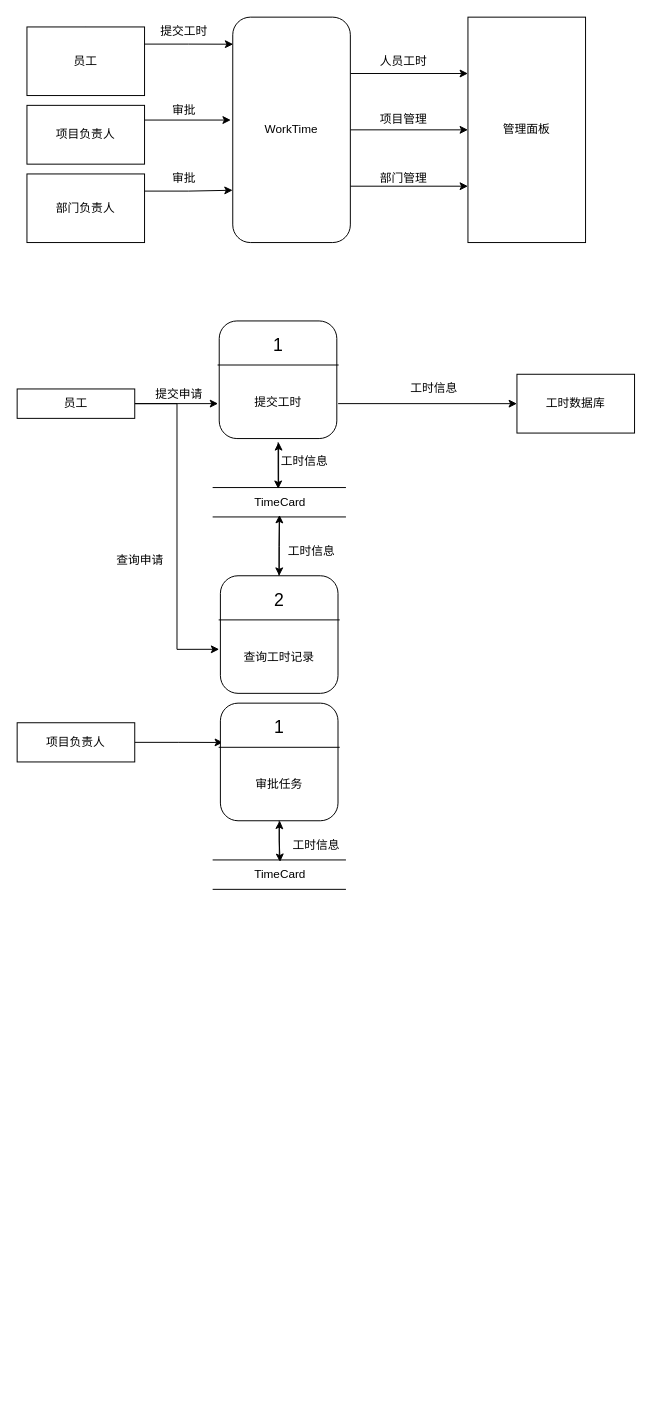
Earlier version of the draw.io diagram WorkTime/WorkTime.drawio (Alive0103/chart). Source tidied: cells renumbered, new cells numbered last; positions are measured from the earlier drawing's top-left corner, leaving out a move shared by most shapes. Both pictures are drawn from the tidied source at 98%, with x=0, y=0 at pixel (17, 17).
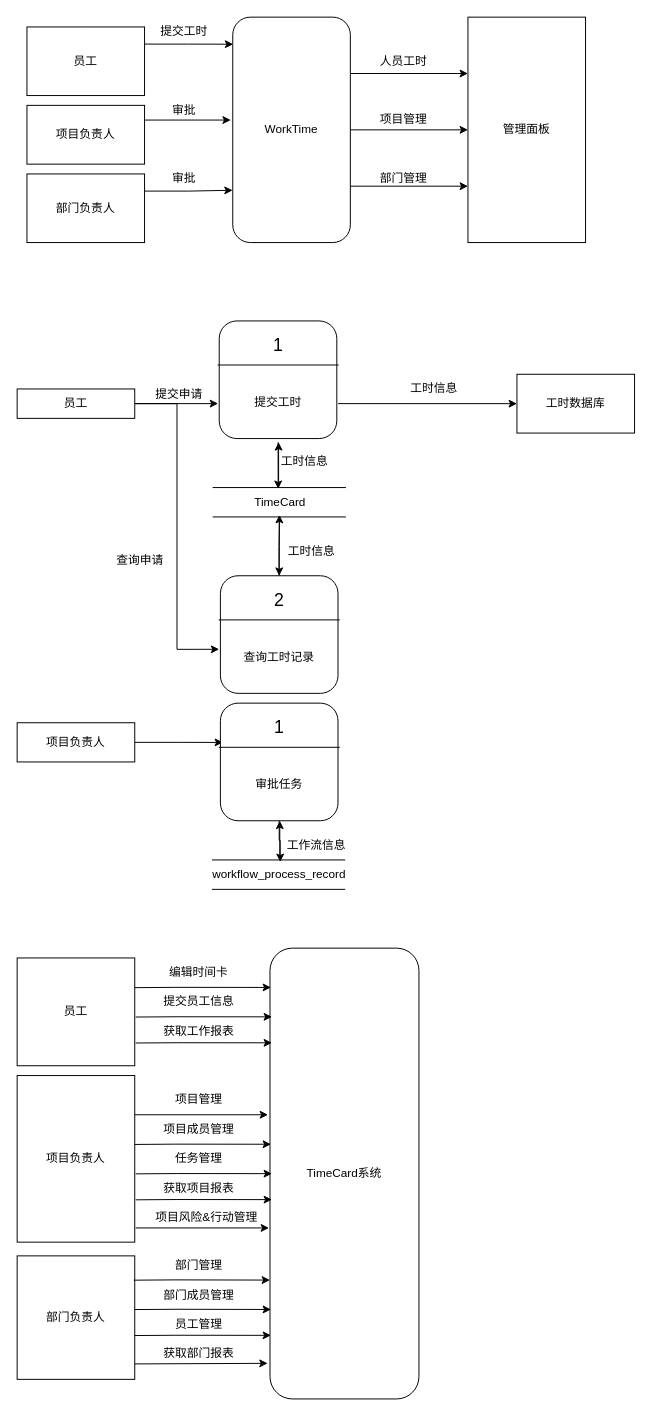
Above is the later version.

Unchanged cells that the change refers to:
```xml
<mxCell id="50" style="rounded=1;whiteSpace=wrap;html=1;" parent="49" vertex="1">
  <mxGeometry x="1.2" width="120" height="120" as="geometry" />
</mxCell>
```

Diff of the diagram source:
```diff
@@
     <mxCell id="49" style="group;" parent="1" vertex="1">
-      <mxGeometry x="206.2" y="700" width="133.8" height="165" as="geometry" />
+      <mxGeometry x="206.2" y="700" width="140.6" height="190" as="geometry" />
     </mxCell>
@@
-    <mxCell id="54" value="工时信息" style="text;html=1;align=center;verticalAlign=middle;strokeColor=none;fillColor=none;" parent="49" vertex="1">
-      <mxGeometry x="63.8" y="130" width="70" height="30" as="geometry" />
+    <mxCell id="54" value="工作流信息" style="text;html=1;align=center;verticalAlign=middle;strokeColor=none;fillColor=none;" parent="49" vertex="1">
+      <mxGeometry x="58.8" y="130" width="80" height="30" as="geometry" />
     </mxCell>
-    <mxCell id="55" style="group;" parent="1" vertex="1">
-      <mxGeometry x="200" y="860" width="135" height="30" as="geometry" />
+    <mxCell id="55" style="group;" parent="49" vertex="1">
+      <mxGeometry x="-6.9" y="160" width="147.5" height="30" as="geometry" />
     </mxCell>
@@
-    <mxCell id="57" value="TimeCard" style="text;html=1;align=center;verticalAlign=middle;points=[];strokeColor=none;fillColor=none;" parent="55" vertex="1">
-      <mxGeometry x="27.5" width="80" height="30" as="geometry" />
+    <mxCell id="57" value="workflow_process_record" style="text;html=1;align=center;verticalAlign=middle;points=[];strokeColor=none;fillColor=none;" parent="55" vertex="1">
+      <mxGeometry x="-12.5" width="160" height="30" as="geometry" />
     </mxCell>
+    <mxCell id="59" style="edgeStyle=orthogonalEdgeStyle;rounded=0;jettySize=auto;html=1;entryX=0.51;entryY=0.067;entryDx=0;entryDy=0;entryPerimeter=0;" parent="49" edge="1" source="50" target="57">
+      <mxGeometry relative="1" as="geometry" />
+    </mxCell>
@@
-    <mxCell id="59" style="edgeStyle=orthogonalEdgeStyle;rounded=0;jettySize=auto;html=1;entryX=0.51;entryY=0.067;entryDx=0;entryDy=0;entryPerimeter=0;" parent="1" edge="1" source="50" target="57">
-      <mxGeometry relative="1" as="geometry" />
-    </mxCell>
+    <mxCell id="60" value="TimeCard系统" style="rounded=1;whiteSpace=wrap;html=1;" parent="1" vertex="1">
+      <mxGeometry x="258" y="950" width="152" height="460" as="geometry" />
+    </mxCell>
+    <mxCell id="61" value="员工" style="rounded=0;whiteSpace=wrap;html=1;" parent="1" vertex="1">
+      <mxGeometry y="960" width="120" height="110" as="geometry" />
+    </mxCell>
+    <mxCell id="62" value="编辑时间卡" style="text;html=1;align=center;verticalAlign=middle;strokeColor=none;fillColor=none;" parent="1" vertex="1">
+      <mxGeometry x="145" y="960" width="80" height="30" as="geometry" />
+    </mxCell>
+    <mxCell id="63" value="提交员工信息" style="text;html=1;align=center;verticalAlign=middle;strokeColor=none;fillColor=none;" parent="1" vertex="1">
+      <mxGeometry x="135" y="990" width="100" height="30" as="geometry" />
+    </mxCell>
+    <mxCell id="64" value="获取工作报表" style="text;html=1;align=center;verticalAlign=middle;strokeColor=none;fillColor=none;" parent="1" vertex="1">
+      <mxGeometry x="135" y="1020" width="100" height="30" as="geometry" />
+    </mxCell>
+    <mxCell id="65" value="项目负责人" style="rounded=0;whiteSpace=wrap;html=1;" parent="1" vertex="1">
+      <mxGeometry y="1080" width="120" height="170" as="geometry" />
+    </mxCell>
+    <mxCell id="66" value="部门负责人" style="rounded=0;whiteSpace=wrap;html=1;" parent="1" vertex="1">
+      <mxGeometry y="1264" width="120" height="126" as="geometry" />
+    </mxCell>
+    <mxCell id="67" value="项目管理" style="text;html=1;align=center;verticalAlign=middle;strokeColor=none;fillColor=none;" parent="1" vertex="1">
+      <mxGeometry x="150" y="1090" width="70" height="30" as="geometry" />
+    </mxCell>
+    <mxCell id="68" value="项目成员管理" style="text;html=1;align=center;verticalAlign=middle;strokeColor=none;fillColor=none;" parent="1" vertex="1">
+      <mxGeometry x="135" y="1120" width="100" height="30" as="geometry" />
+    </mxCell>
+    <mxCell id="69" value="任务管理" style="text;html=1;align=center;verticalAlign=middle;strokeColor=none;fillColor=none;" parent="1" vertex="1">
+      <mxGeometry x="150" y="1150" width="70" height="30" as="geometry" />
+    </mxCell>
+    <mxCell id="70" value="部门管理" style="text;html=1;align=center;verticalAlign=middle;strokeColor=none;fillColor=none;" parent="1" vertex="1">
+      <mxGeometry x="150" y="1259" width="70" height="30" as="geometry" />
+    </mxCell>
+    <mxCell id="71" value="部门成员管理" style="text;html=1;align=center;verticalAlign=middle;strokeColor=none;fillColor=none;" parent="1" vertex="1">
+      <mxGeometry x="135" y="1289" width="100" height="30" as="geometry" />
+    </mxCell>
+    <mxCell id="72" value="员工管理" style="text;html=1;align=center;verticalAlign=middle;strokeColor=none;fillColor=none;" parent="1" vertex="1">
+      <mxGeometry x="150" y="1319" width="70" height="30" as="geometry" />
+    </mxCell>
+    <mxCell id="73" value="获取项目报表" style="text;html=1;align=center;verticalAlign=middle;strokeColor=none;fillColor=none;" parent="1" vertex="1">
+      <mxGeometry x="135" y="1180" width="100" height="30" as="geometry" />
+    </mxCell>
+    <mxCell id="74" value="项目风险&amp;amp;行动管理" style="text;html=1;align=center;verticalAlign=middle;strokeColor=none;fillColor=none;" parent="1" vertex="1">
+      <mxGeometry x="128" y="1210" width="130" height="30" as="geometry" />
+    </mxCell>
+    <mxCell id="75" value="获取部门报表" style="text;html=1;align=center;verticalAlign=middle;strokeColor=none;fillColor=none;" parent="1" vertex="1">
+      <mxGeometry x="135" y="1349" width="100" height="30" as="geometry" />
+    </mxCell>
+    <mxCell id="76" style="endArrow=classic;html=1;rounded=0;exitX=0.999;exitY=0.875;exitDx=0;exitDy=0;exitPerimeter=0;entryX=-0.016;entryY=0.921;entryDx=0;entryDy=0;entryPerimeter=0;" parent="1" edge="1" source="66" target="60">
+      <mxGeometry relative="1" as="geometry" />
+    </mxCell>
+    <mxCell id="77" style="endArrow=classic;html=1;rounded=0;exitX=0.983;exitY=0.645;exitDx=0;exitDy=0;exitPerimeter=0;entryX=-0.007;entryY=0.859;entryDx=0;entryDy=0;entryPerimeter=0;" parent="1" edge="1">
+      <mxGeometry relative="1" as="geometry">
+        <mxPoint x="120" y="1345.3" as="sourcePoint" />
+        <mxPoint x="259" y="1345.1" as="targetPoint" />
+        <Array as="points">
+          <mxPoint x="162" y="1345" />
+        </Array>
+      </mxGeometry>
+    </mxCell>
+    <mxCell id="78" style="endArrow=classic;html=1;rounded=0;exitX=0.983;exitY=0.645;exitDx=0;exitDy=0;exitPerimeter=0;entryX=-0.007;entryY=0.859;entryDx=0;entryDy=0;entryPerimeter=0;" parent="1" edge="1">
+      <mxGeometry relative="1" as="geometry">
+        <mxPoint x="120" y="1318.8" as="sourcePoint" />
+        <mxPoint x="259" y="1318.7" as="targetPoint" />
+        <Array as="points">
+          <mxPoint x="162" y="1318.5" />
+        </Array>
+      </mxGeometry>
+    </mxCell>
+    <mxCell id="79" style="endArrow=classic;html=1;rounded=0;exitX=0.983;exitY=0.645;exitDx=0;exitDy=0;exitPerimeter=0;entryX=-0.007;entryY=0.859;entryDx=0;entryDy=0;entryPerimeter=0;" parent="1" edge="1">
+      <mxGeometry relative="1" as="geometry">
+        <mxPoint x="119" y="1288.8" as="sourcePoint" />
+        <mxPoint x="258" y="1288.7" as="targetPoint" />
+        <Array as="points">
+          <mxPoint x="161.1" y="1288.5" />
+        </Array>
+      </mxGeometry>
+    </mxCell>
+    <mxCell id="80" style="endArrow=classic;html=1;rounded=0;exitX=0.999;exitY=0.875;exitDx=0;exitDy=0;exitPerimeter=0;entryX=-0.016;entryY=0.921;entryDx=0;entryDy=0;entryPerimeter=0;" parent="1" edge="1">
+      <mxGeometry relative="1" as="geometry">
+        <mxPoint x="121" y="1235.5" as="sourcePoint" />
+        <mxPoint x="257" y="1235.5" as="targetPoint" />
+      </mxGeometry>
+    </mxCell>
+    <mxCell id="81" style="endArrow=classic;html=1;rounded=0;exitX=0.983;exitY=0.645;exitDx=0;exitDy=0;exitPerimeter=0;entryX=-0.007;entryY=0.859;entryDx=0;entryDy=0;entryPerimeter=0;" parent="1" edge="1">
+      <mxGeometry relative="1" as="geometry">
+        <mxPoint x="121" y="1206.8" as="sourcePoint" />
+        <mxPoint x="260" y="1206.6" as="targetPoint" />
+        <Array as="points">
+          <mxPoint x="163" y="1206.5" />
+        </Array>
+      </mxGeometry>
+    </mxCell>
+    <mxCell id="82" style="endArrow=classic;html=1;rounded=0;exitX=0.983;exitY=0.645;exitDx=0;exitDy=0;exitPerimeter=0;entryX=-0.007;entryY=0.859;entryDx=0;entryDy=0;entryPerimeter=0;" parent="1" edge="1">
+      <mxGeometry relative="1" as="geometry">
+        <mxPoint x="121" y="1180.3" as="sourcePoint" />
+        <mxPoint x="260" y="1180.1" as="targetPoint" />
+        <Array as="points">
+          <mxPoint x="163" y="1180" />
+        </Array>
+      </mxGeometry>
+    </mxCell>
+    <mxCell id="83" style="endArrow=classic;html=1;rounded=0;exitX=0.983;exitY=0.645;exitDx=0;exitDy=0;exitPerimeter=0;entryX=-0.007;entryY=0.859;entryDx=0;entryDy=0;entryPerimeter=0;" parent="1" edge="1">
+      <mxGeometry relative="1" as="geometry">
+        <mxPoint x="120" y="1150.3" as="sourcePoint" />
+        <mxPoint x="259" y="1150.1" as="targetPoint" />
+        <Array as="points">
+          <mxPoint x="162" y="1150" />
+        </Array>
+      </mxGeometry>
+    </mxCell>
+    <mxCell id="84" style="endArrow=classic;html=1;rounded=0;exitX=0.999;exitY=0.875;exitDx=0;exitDy=0;exitPerimeter=0;entryX=-0.016;entryY=0.921;entryDx=0;entryDy=0;entryPerimeter=0;" parent="1" edge="1">
+      <mxGeometry relative="1" as="geometry">
+        <mxPoint x="120" y="1120" as="sourcePoint" />
+        <mxPoint x="256" y="1120" as="targetPoint" />
+      </mxGeometry>
+    </mxCell>
+    <mxCell id="85" style="endArrow=classic;html=1;rounded=0;exitX=0.983;exitY=0.645;exitDx=0;exitDy=0;exitPerimeter=0;entryX=-0.007;entryY=0.859;entryDx=0;entryDy=0;entryPerimeter=0;" parent="1" edge="1">
+      <mxGeometry relative="1" as="geometry">
+        <mxPoint x="121" y="1046.8" as="sourcePoint" />
+        <mxPoint x="260" y="1046.6" as="targetPoint" />
+        <Array as="points">
+          <mxPoint x="163" y="1046.5" />
+        </Array>
+      </mxGeometry>
+    </mxCell>
+    <mxCell id="86" style="endArrow=classic;html=1;rounded=0;exitX=0.983;exitY=0.645;exitDx=0;exitDy=0;exitPerimeter=0;entryX=-0.007;entryY=0.859;entryDx=0;entryDy=0;entryPerimeter=0;" parent="1" edge="1">
+      <mxGeometry relative="1" as="geometry">
+        <mxPoint x="121" y="1020.3" as="sourcePoint" />
+        <mxPoint x="260" y="1020.1" as="targetPoint" />
+        <Array as="points">
+          <mxPoint x="163" y="1020" />
+        </Array>
+      </mxGeometry>
+    </mxCell>
+    <mxCell id="87" style="endArrow=classic;html=1;rounded=0;exitX=0.983;exitY=0.645;exitDx=0;exitDy=0;exitPerimeter=0;entryX=-0.007;entryY=0.859;entryDx=0;entryDy=0;entryPerimeter=0;" parent="1" edge="1">
+      <mxGeometry relative="1" as="geometry">
+        <mxPoint x="120" y="990.3" as="sourcePoint" />
+        <mxPoint x="259" y="990.1" as="targetPoint" />
+        <Array as="points">
+          <mxPoint x="162" y="990" />
+        </Array>
+      </mxGeometry>
+    </mxCell>
```
